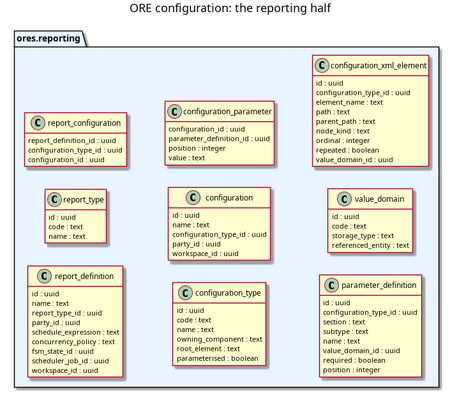
This is doc/agile/versions/v0/sprint_26/ore-report-configuration/analysis/configuration_model_reporting.png from OreStudio/OreStudio, a PlantUML export, as it was before one commit. Its source is kept beside it as doc/agile/versions/v0/sprint_26/ore-report-configuration/analysis/configuration_model_reporting.puml.
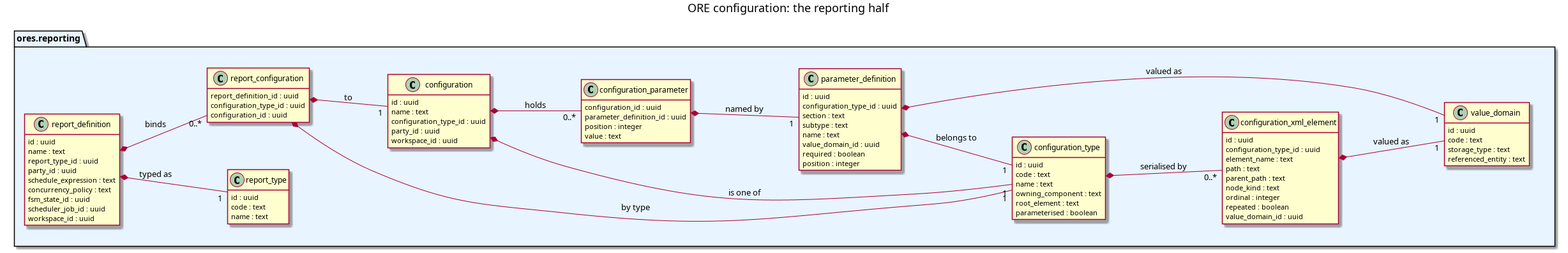
After the change.

Commit message:
[reporting] Regenerate both model diagrams for review

What changed in the source:
```diff
@@ -74,6 +74,17 @@
     repeated : boolean
     value_domain_id : uuid
   }
-}
+
+report_definition *-- "1" report_type : typed as
+report_definition *-- "0..*" report_configuration : binds
+report_configuration *-- "1" configuration_type : by type
+report_configuration *-- "1" configuration : to
+configuration *-- "1" configuration_type : is one of
+configuration *-- "0..*" configuration_parameter : holds
+configuration_parameter *-- "1" parameter_definition : named by
+parameter_definition *-- "1" value_domain : valued as
+parameter_definition *-- "1" configuration_type : belongs to
+configuration_type *-- "0..*" configuration_xml_element : serialised by
+configuration_xml_element *-- "1" value_domain : valued as
 
 @enduml
```
